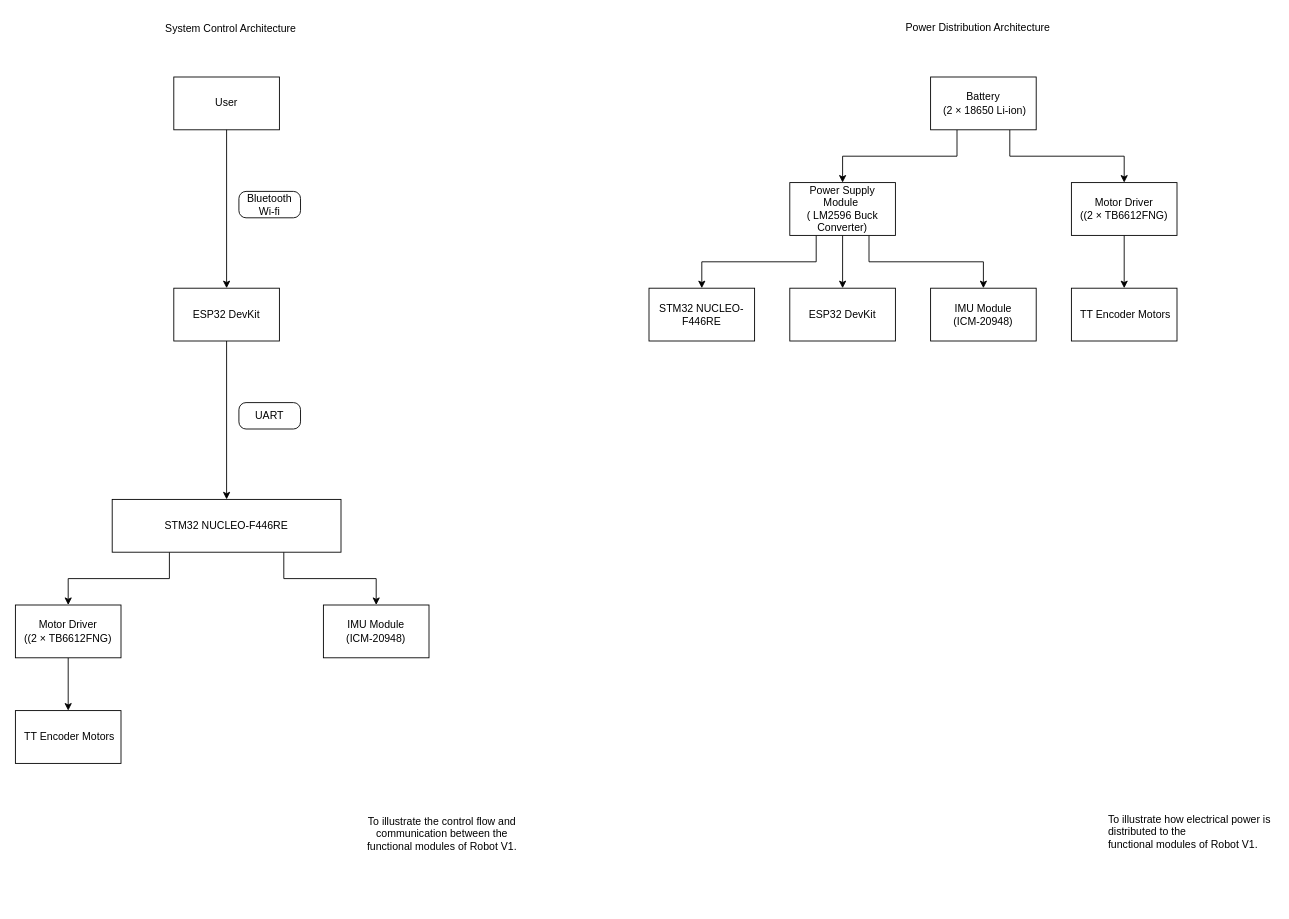
This is docs/v1-system-architecture.drawio from jeremywan-dev/ai-robotics-platform, a draw.io file, before an edit. Source tidied: cells renumbered, new cells numbered last; positions are measured from the earlier drawing's top-left corner, leaving out a move shared by most shapes. Both pictures are drawn from the tidied source at 88%, with x=0, y=0 at pixel (15, 15).
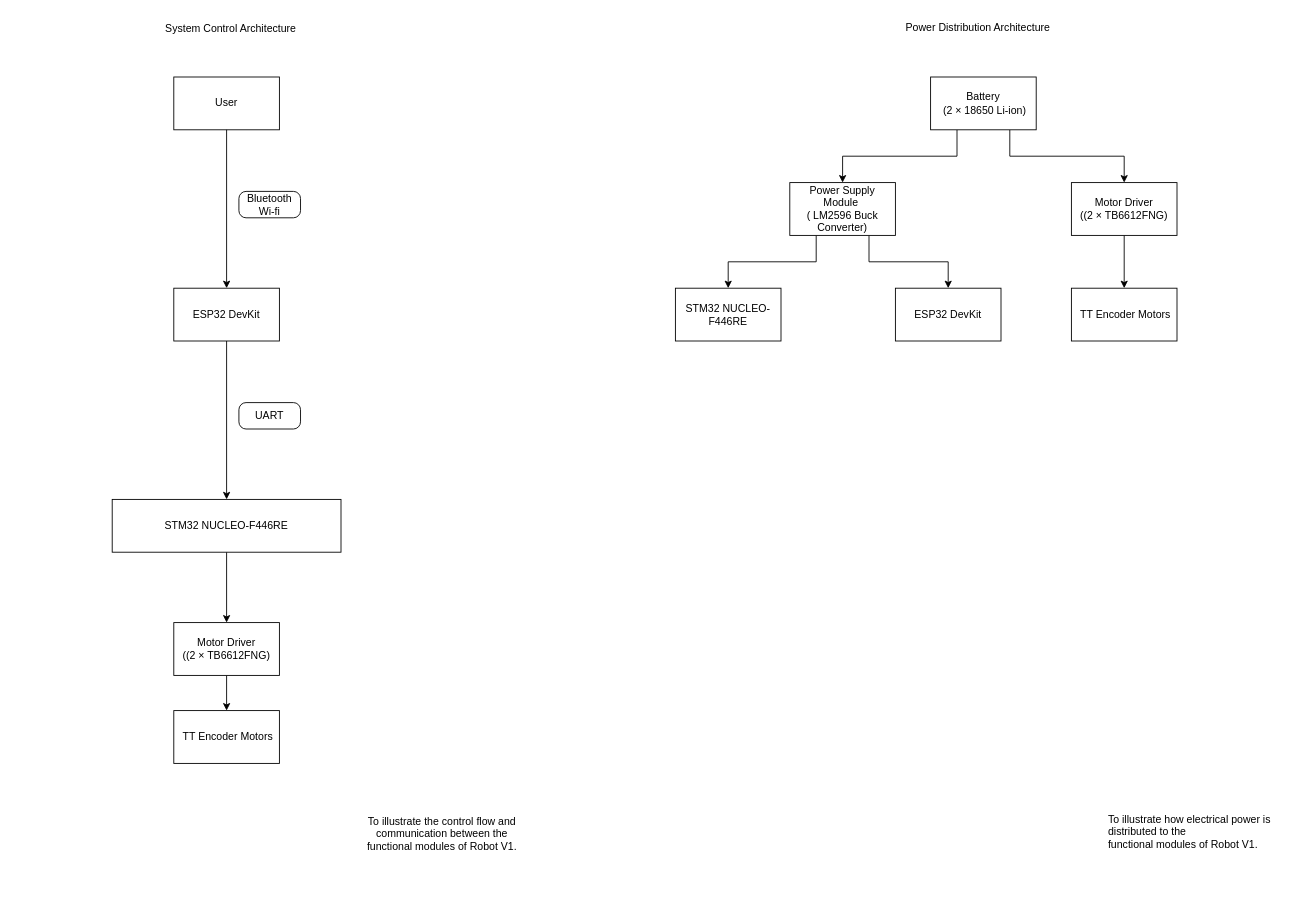
Above is the later version.

Unchanged cells that the change refers to:
```xml
<mxCell id="7" value="STM32 NUCLEO-F446RE" style="rounded=0;whiteSpace=wrap;html=1;fillColor=light-dark(#FFFFFF,#000099);" parent="1" vertex="1">
  <mxGeometry x="110" y="550" width="260" height="60" as="geometry" />
</mxCell>
<mxCell id="23" value="&lt;div&gt;Power Supply Module&amp;nbsp;&lt;/div&gt;( LM2596 Buck Converter)" style="rounded=0;whiteSpace=wrap;html=1;fillColor=light-dark(#FFFFFF,#990000);" parent="1" vertex="1">
  <mxGeometry x="880" y="190" width="120" height="60" as="geometry" />
</mxCell>
```

What changed in the source:
```diff
@@
-    <mxCell id="5" style="edgeStyle=orthogonalEdgeStyle;rounded=0;jettySize=auto;html=1;exitX=0.25;exitY=1;exitDx=0;exitDy=0;" parent="1" edge="1" source="7" target="9">
+    <mxCell id="5" style="edgeStyle=orthogonalEdgeStyle;rounded=0;jettySize=auto;html=1;exitX=0.5;exitY=1;exitDx=0;exitDy=0;" parent="1" edge="1" source="7" target="9">
       <mxGeometry relative="1" as="geometry" />
     </mxCell>
-    <mxCell id="6" style="edgeStyle=orthogonalEdgeStyle;rounded=0;jettySize=auto;html=1;exitX=0.75;exitY=1;exitDx=0;exitDy=0;entryX=0.5;entryY=0;entryDx=0;entryDy=0;" parent="1" edge="1" source="7" target="10">
-      <mxGeometry relative="1" as="geometry" />
-    </mxCell>
@@
     <mxCell id="9" value="Motor Driver&lt;div&gt;(&lt;span style=&quot;background-color: transparent; color: light-dark(rgb(0, 0, 0), rgb(255, 255, 255));&quot;&gt;(2 × TB6612FNG)&lt;/span&gt;&lt;/div&gt;" style="rounded=0;whiteSpace=wrap;html=1;fillColor=light-dark(#FFFFFF,#994C00);" parent="1" vertex="1">
-      <mxGeometry y="670" width="120" height="60" as="geometry" />
+      <mxGeometry x="180" y="690" width="120" height="60" as="geometry" />
     </mxCell>
-    <mxCell id="10" value="IMU Module&lt;div&gt;(ICM-20948)&lt;/div&gt;" style="rounded=0;whiteSpace=wrap;html=1;fillColor=light-dark(#FFFFFF,#009900);" parent="1" vertex="1">
-      <mxGeometry x="350" y="670" width="120" height="60" as="geometry" />
-    </mxCell>
     <mxCell id="11" value="&amp;nbsp;TT Encoder Motors" style="rounded=0;whiteSpace=wrap;html=1;fillColor=light-dark(#FFFFFF,#994C00);" parent="1" vertex="1">
-      <mxGeometry y="790" width="120" height="60" as="geometry" />
+      <mxGeometry x="180" y="790" width="120" height="60" as="geometry" />
     </mxCell>
@@
     <mxCell id="19" value="STM32 NUCLEO-F446RE" style="rounded=0;whiteSpace=wrap;html=1;fillColor=light-dark(#FFFFFF,#000099);" parent="1" vertex="1">
-      <mxGeometry x="720" y="310" width="120" height="60" as="geometry" />
+      <mxGeometry x="750" y="310" width="120" height="60" as="geometry" />
     </mxCell>
+    <mxCell id="21" style="edgeStyle=orthogonalEdgeStyle;rounded=0;jettySize=auto;html=1;exitX=0.25;exitY=1;exitDx=0;exitDy=0;entryX=0.5;entryY=0;entryDx=0;entryDy=0;" parent="1" edge="1" source="23" target="19">
+      <mxGeometry relative="1" as="geometry" />
+    </mxCell>
-    <mxCell id="20" style="edgeStyle=orthogonalEdgeStyle;rounded=0;jettySize=auto;html=1;exitX=0.5;exitY=1;exitDx=0;exitDy=0;entryX=0.5;entryY=0;entryDx=0;entryDy=0;" parent="1" edge="1" source="23" target="24">
+    <mxCell id="20" style="edgeStyle=orthogonalEdgeStyle;rounded=0;jettySize=auto;html=1;exitX=0.75;exitY=1;exitDx=0;exitDy=0;" parent="1" edge="1" source="23" target="24">
       <mxGeometry relative="1" as="geometry" />
     </mxCell>
-    <mxCell id="21" style="edgeStyle=orthogonalEdgeStyle;rounded=0;jettySize=auto;html=1;exitX=0.25;exitY=1;exitDx=0;exitDy=0;entryX=0.5;entryY=0;entryDx=0;entryDy=0;" parent="1" edge="1" source="23" target="19">
-      <mxGeometry relative="1" as="geometry" />
-    </mxCell>
-    <mxCell id="22" style="edgeStyle=orthogonalEdgeStyle;rounded=0;jettySize=auto;html=1;exitX=0.75;exitY=1;exitDx=0;exitDy=0;entryX=0.5;entryY=0;entryDx=0;entryDy=0;" parent="1" edge="1" source="23" target="25">
-      <mxGeometry relative="1" as="geometry" />
-    </mxCell>
@@
     <mxCell id="24" value="ESP32 DevKit" style="rounded=0;whiteSpace=wrap;html=1;fillColor=light-dark(#FFFFFF,#000099);" parent="1" vertex="1">
-      <mxGeometry x="880" y="310" width="120" height="60" as="geometry" />
+      <mxGeometry x="1000" y="310" width="120" height="60" as="geometry" />
     </mxCell>
-    <mxCell id="25" value="IMU Module&lt;div&gt;(ICM-20948)&lt;/div&gt;" style="rounded=0;whiteSpace=wrap;html=1;fillColor=light-dark(#FFFFFF,#009900);" parent="1" vertex="1">
-      <mxGeometry x="1040" y="310" width="120" height="60" as="geometry" />
-    </mxCell>
```
